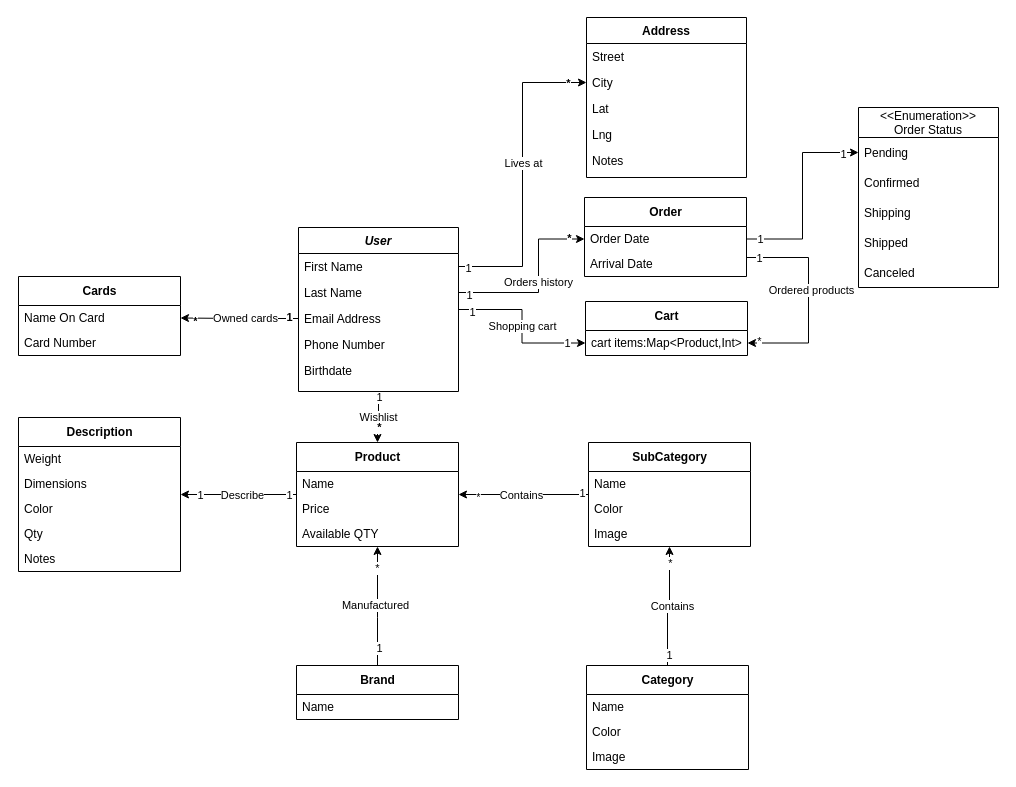
This is Taswaq Class diagram.drawio from eng-mohamedalmahdy/Tswaq-documentations, a draw.io file, before an edit. Source tidied: cells renumbered, new cells numbered last; positions are measured from the earlier drawing's top-left corner, leaving out a move shared by most shapes. Both pictures are drawn from the tidied source at 100%, with x=0, y=0 at pixel (18, 17).
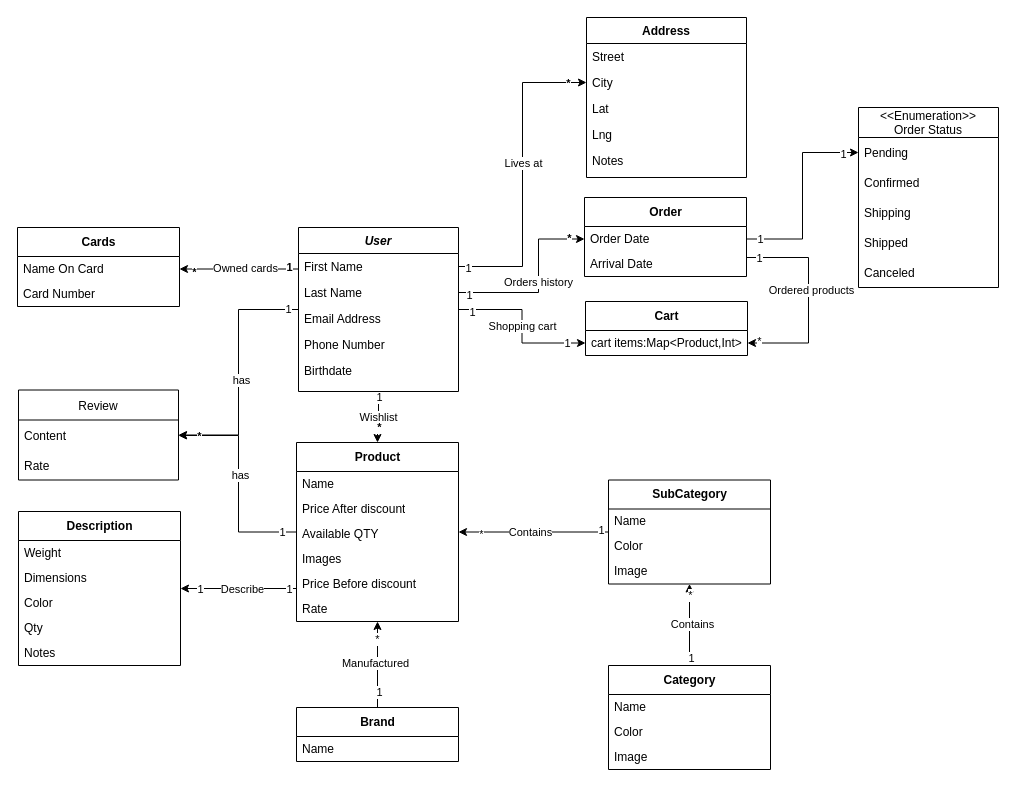
Above is the later version.

Commit message:
Added Reviews and rating

Unchanged cells that the change refers to:
```xml
<mxCell id="12" value="User" style="swimlane;fontStyle=3;align=center;verticalAlign=top;horizontal=1;startSize=26;rounded=0;shadow=0;strokeWidth=1;" parent="1" vertex="1">
  <mxGeometry x="280" y="210" width="160" height="164" as="geometry" />
</mxCell>
<mxCell id="15" value="Email Address" style="text;align=left;verticalAlign=top;spacingLeft=4;spacingRight=4;overflow=hidden;points=[[0,0.5],[1,0.5]];portConstraint=eastwest;rounded=0;shadow=0;html=0;" parent="12" vertex="1">
  <mxGeometry y="78" width="160" height="26" as="geometry" />
</mxCell>
<mxCell id="31" value="Name On Card" style="text;html=1;strokeColor=none;fillColor=none;align=left;verticalAlign=middle;spacingLeft=4;spacingRight=4;overflow=hidden;points=[[0,0.5],[1,0.5]];portConstraint=eastwest;" parent="30" vertex="1">
  <mxGeometry y="29" width="162" height="25" as="geometry" />
</mxCell>
```

The edit, as a diff of the source:
```diff
@@
+    <mxCell id="88" style="edgeStyle=orthogonalEdgeStyle;rounded=0;jettySize=auto;html=1;" parent="1" edge="1" source="12" target="98">
+      <mxGeometry relative="1" as="geometry" />
+    </mxCell>
+    <mxCell id="89" value="1" style="edgeLabel;html=1;align=center;verticalAlign=middle;" parent="88" vertex="1">
+      <mxGeometry x="-0.91" y="-1" relative="1" as="geometry" />
+    </mxCell>
+    <mxCell id="90" value="has" style="edgeLabel;html=1;align=center;verticalAlign=middle;" parent="88" vertex="1">
+      <mxGeometry x="0.06" y="2" relative="1" as="geometry" />
+    </mxCell>
@@
     <mxCell id="30" value="Cards" style="swimlane;fontStyle=1;align=center;verticalAlign=middle;horizontal=1;startSize=29;html=1;" parent="1" vertex="1">
-      <mxGeometry y="259" width="162" height="79" as="geometry" />
+      <mxGeometry x="-1" y="210" width="162" height="79" as="geometry" />
     </mxCell>
@@
     <mxCell id="33" style="edgeStyle=orthogonalEdgeStyle;rounded=0;jettySize=auto;html=1;" parent="1" edge="1" source="37" target="74">
-      <mxGeometry relative="1" as="geometry" />
+      <mxGeometry relative="1" as="geometry">
+        <Array as="points">
+          <mxPoint x="240" y="571" />
+          <mxPoint x="240" y="571" />
+        </Array>
+      </mxGeometry>
     </mxCell>
@@
+    <mxCell id="91" style="edgeStyle=orthogonalEdgeStyle;rounded=0;jettySize=auto;html=1;" parent="1" edge="1" source="37" target="98">
+      <mxGeometry relative="1" as="geometry">
+        <Array as="points">
+          <mxPoint x="220" y="515" />
+          <mxPoint x="220" y="418" />
+        </Array>
+      </mxGeometry>
+    </mxCell>
+    <mxCell id="92" value="1" style="edgeLabel;html=1;align=center;verticalAlign=middle;" parent="91" vertex="1">
+      <mxGeometry x="-0.86" relative="1" as="geometry" />
+    </mxCell>
+    <mxCell id="93" value="&lt;b&gt;*&lt;/b&gt;" style="edgeLabel;html=1;align=center;verticalAlign=middle;" parent="91" vertex="1">
+      <mxGeometry x="0.81" relative="1" as="geometry" />
+    </mxCell>
+    <mxCell id="94" value="has" style="edgeLabel;html=1;align=center;verticalAlign=middle;" parent="91" vertex="1">
+      <mxGeometry x="0.07" y="-1" relative="1" as="geometry" />
+    </mxCell>
     <mxCell id="37" value="Product" style="swimlane;fontStyle=1;align=center;verticalAlign=middle;horizontal=1;startSize=29;html=1;" parent="1" vertex="1">
-      <mxGeometry x="278" y="425" width="162" height="104" as="geometry" />
+      <mxGeometry x="278" y="425" width="162" height="179" as="geometry" />
     </mxCell>
@@
-    <mxCell id="39" value="Price" style="text;html=1;strokeColor=none;fillColor=none;align=left;verticalAlign=middle;spacingLeft=4;spacingRight=4;overflow=hidden;" parent="37" vertex="1">
+    <mxCell id="39" value="Price After discount" style="text;html=1;strokeColor=none;fillColor=none;align=left;verticalAlign=middle;spacingLeft=4;spacingRight=4;overflow=hidden;" parent="37" vertex="1">
       <mxGeometry y="54" width="162" height="25" as="geometry" />
     </mxCell>
@@
+    <mxCell id="95" value="Images" style="text;html=1;strokeColor=none;fillColor=none;align=left;verticalAlign=middle;spacingLeft=4;spacingRight=4;overflow=hidden;" parent="37" vertex="1">
+      <mxGeometry y="104" width="162" height="25" as="geometry" />
+    </mxCell>
+    <mxCell id="96" value="Price Before discount" style="text;html=1;strokeColor=none;fillColor=none;align=left;verticalAlign=middle;spacingLeft=4;spacingRight=4;overflow=hidden;" parent="37" vertex="1">
+      <mxGeometry y="129" width="162" height="25" as="geometry" />
+    </mxCell>
+    <mxCell id="97" value="Rate" style="text;html=1;strokeColor=none;fillColor=none;align=left;verticalAlign=middle;spacingLeft=4;spacingRight=4;overflow=hidden;" parent="37" vertex="1">
+      <mxGeometry y="154" width="162" height="25" as="geometry" />
+    </mxCell>
@@
-    <mxCell id="56" style="edgeStyle=orthogonalEdgeStyle;rounded=0;jettySize=auto;html=1;exitX=0;exitY=0.5;exitDx=0;exitDy=0;entryX=1;entryY=0.5;entryDx=0;entryDy=0;" parent="1" edge="1" source="15" target="31">
-      <mxGeometry relative="1" as="geometry" />
+    <mxCell id="56" style="edgeStyle=orthogonalEdgeStyle;rounded=0;jettySize=auto;html=1;entryX=1;entryY=0.5;entryDx=0;entryDy=0;" parent="1" edge="1" source="12" target="31">
+      <mxGeometry relative="1" as="geometry">
+        <Array as="points">
+          <mxPoint x="221" y="252" />
+        </Array>
+      </mxGeometry>
     </mxCell>
@@
     <mxCell id="64" value="SubCategory" style="swimlane;fontStyle=1;align=center;verticalAlign=middle;horizontal=1;startSize=29;html=1;" parent="1" vertex="1">
-      <mxGeometry x="570" y="425" width="162" height="104" as="geometry" />
+      <mxGeometry x="590" y="462.5" width="162" height="104" as="geometry" />
     </mxCell>
@@
     <mxCell id="72" value="Brand" style="swimlane;fontStyle=1;align=center;verticalAlign=middle;horizontal=1;startSize=29;html=1;" parent="1" vertex="1">
-      <mxGeometry x="278" y="648" width="162" height="54" as="geometry" />
+      <mxGeometry x="278" y="690" width="162" height="54" as="geometry" />
     </mxCell>
@@
     <mxCell id="74" value="Description" style="swimlane;fontStyle=1;align=center;verticalAlign=middle;horizontal=1;startSize=29;html=1;" parent="1" vertex="1">
-      <mxGeometry y="400" width="162" height="154" as="geometry" />
+      <mxGeometry y="494" width="162" height="154" as="geometry" />
     </mxCell>
@@
     <mxCell id="84" value="Category" style="swimlane;fontStyle=1;align=center;verticalAlign=middle;horizontal=1;startSize=29;html=1;" parent="1" vertex="1">
-      <mxGeometry x="568" y="648" width="162" height="104" as="geometry" />
+      <mxGeometry x="590" y="648" width="162" height="104" as="geometry" />
     </mxCell>
@@
+    <mxCell id="98" value="Review" style="swimlane;fontStyle=0;horizontal=1;startSize=30;" parent="1" vertex="1">
+      <mxGeometry y="372.5" width="160" height="90" as="geometry" />
+    </mxCell>
+    <mxCell id="99" value="Content" style="text;strokeColor=none;fillColor=none;align=left;verticalAlign=middle;spacingLeft=4;spacingRight=4;overflow=hidden;" parent="98" vertex="1">
+      <mxGeometry y="30" width="160" height="30" as="geometry" />
+    </mxCell>
+    <mxCell id="100" value="Rate" style="text;strokeColor=none;fillColor=none;align=left;verticalAlign=middle;spacingLeft=4;spacingRight=4;overflow=hidden;" parent="98" vertex="1">
+      <mxGeometry y="60" width="160" height="30" as="geometry" />
+    </mxCell>
```
